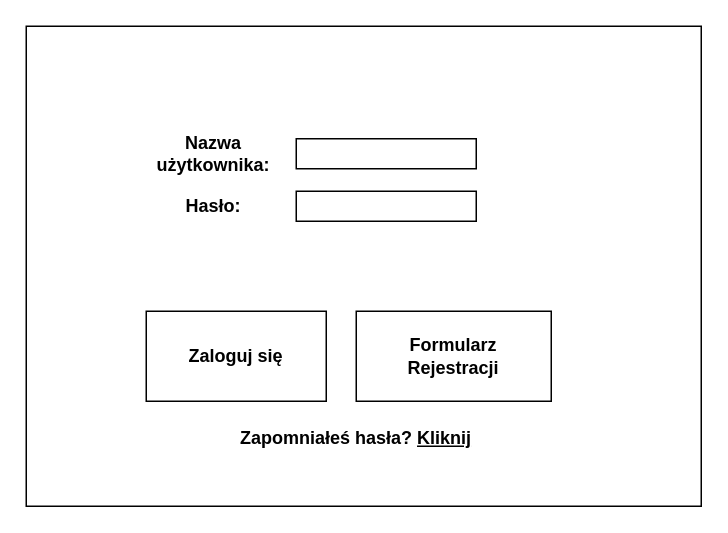
Tarik-Alaiwi-dev/PSI-Docs keeps this draw.io diagram as 7/formularze/interfejs_logowania.drawio. Above is the earlier version. Source tidied: cells renumbered, new cells numbered last; positions are measured from the earlier drawing's top-left corner, leaving out a move shared by most shapes. Both pictures are drawn from the tidied source at 150%, with x=0, y=0 at pixel (26, 26).
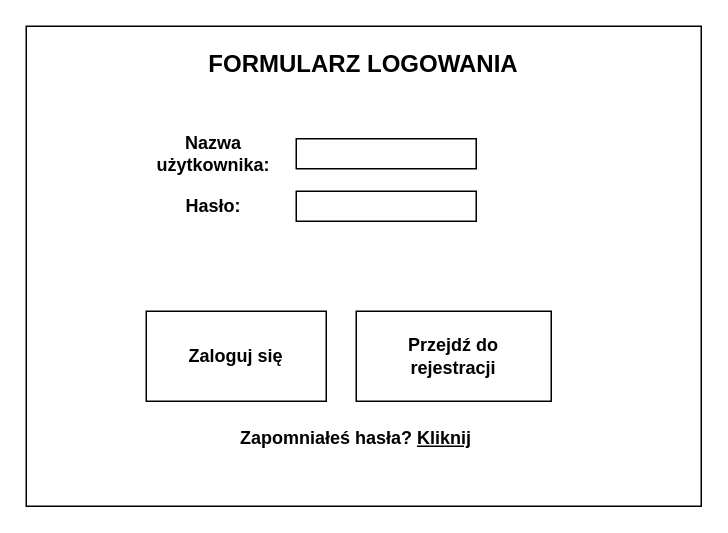
Above is the later version.

The edit, as a diff of the source:
```diff
@@
 <mxGraphModel>
   <root>
     <mxCell id="0" />
     <mxCell id="1" parent="0" />
     <mxCell id="2" style="rounded=0;whiteSpace=wrap;html=1;" parent="1" vertex="1">
       <mxGeometry width="450" height="320" as="geometry" />
     </mxCell>
     <mxCell id="3" value="&lt;b&gt;Nazwa użytkownika:&lt;/b&gt;" style="text;html=1;align=center;verticalAlign=middle;whiteSpace=wrap;rounded=0;" parent="1" vertex="1">
       <mxGeometry x="80" y="70" width="90" height="30" as="geometry" />
     </mxCell>
     <mxCell id="4" style="rounded=0;whiteSpace=wrap;html=1;" parent="1" vertex="1">
       <mxGeometry x="180" y="75" width="120" height="20" as="geometry" />
     </mxCell>
     <mxCell id="5" style="edgeStyle=orthogonalEdgeStyle;rounded=0;orthogonalLoop=1;jettySize=auto;html=1;exitX=0.5;exitY=1;exitDx=0;exitDy=0;" parent="1" edge="1" source="4" target="4">
       <mxGeometry relative="1" as="geometry" />
     </mxCell>
     <mxCell id="6" value="&lt;b&gt;Hasło:&lt;/b&gt;" style="text;html=1;align=center;verticalAlign=middle;whiteSpace=wrap;rounded=0;" parent="1" vertex="1">
       <mxGeometry x="95" y="105" width="60" height="30" as="geometry" />
     </mxCell>
     <mxCell id="7" style="rounded=0;whiteSpace=wrap;html=1;" parent="1" vertex="1">
       <mxGeometry x="180" y="110" width="120" height="20" as="geometry" />
     </mxCell>
     <mxCell id="8" style="rounded=0;whiteSpace=wrap;html=1;" parent="1" vertex="1">
       <mxGeometry x="80" y="190" width="120" height="60" as="geometry" />
     </mxCell>
     <mxCell id="9" value="&lt;b&gt;Zaloguj się&lt;/b&gt;" style="text;html=1;align=center;verticalAlign=middle;whiteSpace=wrap;rounded=0;" parent="1" vertex="1">
       <mxGeometry x="100" y="205" width="80" height="30" as="geometry" />
     </mxCell>
     <mxCell id="10" style="rounded=0;whiteSpace=wrap;html=1;" parent="1" vertex="1">
       <mxGeometry x="220" y="190" width="130" height="60" as="geometry" />
     </mxCell>
-    <mxCell id="11" value="&lt;b&gt;Formularz Rejestracji&lt;/b&gt;" style="text;html=1;align=center;verticalAlign=middle;whiteSpace=wrap;rounded=0;" parent="1" vertex="1">
+    <mxCell id="11" value="&lt;b&gt;Przejdź do rejestracji&lt;/b&gt;" style="text;html=1;align=center;verticalAlign=middle;whiteSpace=wrap;rounded=0;" parent="1" vertex="1">
       <mxGeometry x="245" y="205" width="80" height="30" as="geometry" />
     </mxCell>
     <mxCell id="12" value="&lt;b&gt;Zapomniałeś hasła? &lt;u&gt;Kliknij&lt;/u&gt;&lt;/b&gt;" style="text;html=1;align=center;verticalAlign=middle;whiteSpace=wrap;rounded=0;" parent="1" vertex="1">
       <mxGeometry x="115" y="260" width="210" height="30" as="geometry" />
     </mxCell>
+    <mxCell id="13" value="&lt;b&gt;&lt;font style=&quot;font-size: 16px;&quot;&gt;FORMULARZ LOGOWANIA&lt;/font&gt;&lt;/b&gt;" style="text;html=1;align=center;verticalAlign=middle;whiteSpace=wrap;rounded=0;" parent="1" vertex="1">
+      <mxGeometry x="50" y="10" width="350" height="30" as="geometry" />
+    </mxCell>
   </root>
 </mxGraphModel>
```
